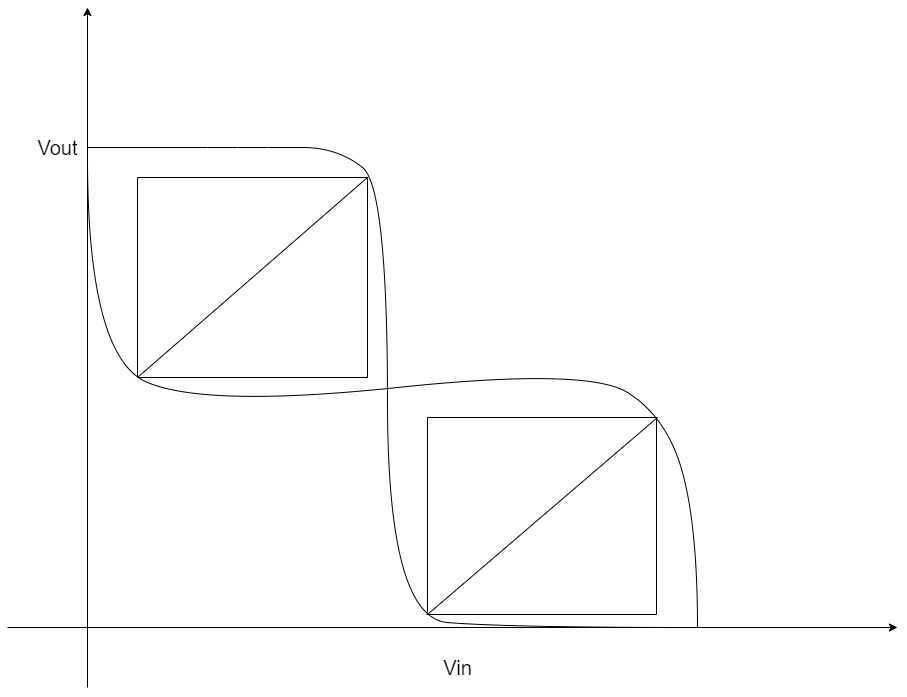
This is Images/SNM.png from Khadgaray/6T_SRAM, a draw.io export, as it was before one commit. Source tidied: cells renumbered, new cells last; positions are measured from the earlier drawing's top-left corner, leaving out a move shared by most shapes.
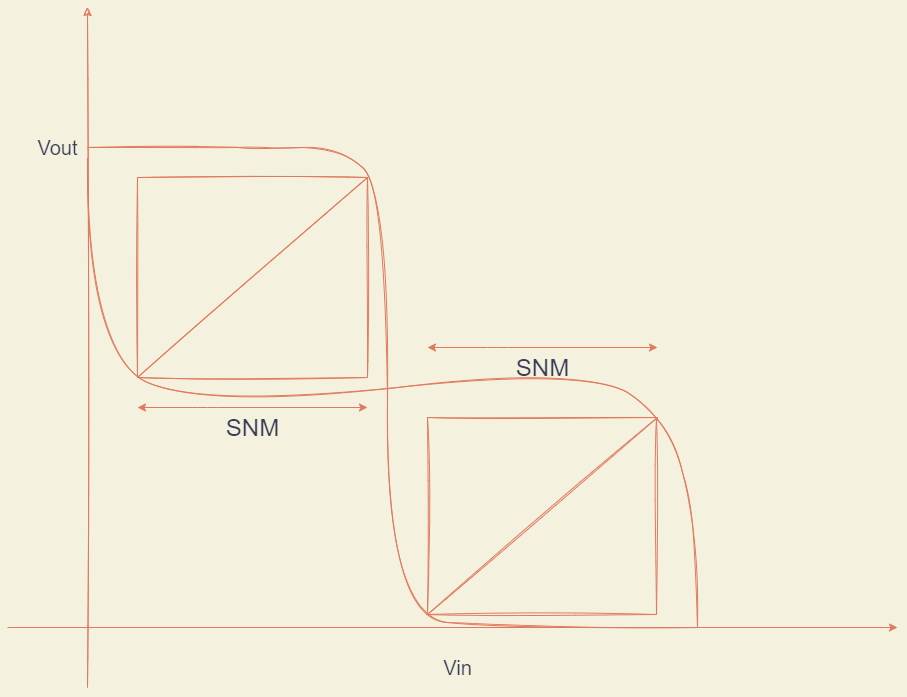
The same file after the commit.

The edit, as a diff of the source:
```diff
@@ -1,20 +1,20 @@
-<mxGraphModel>
+<mxGraphModel background="#F4F1DE">
   <root>
     <mxCell id="0" />
     <mxCell id="1" parent="0" />
-    <mxCell id="2" style="endArrow=classic;html=1;endFill=1;" parent="1" edge="1">
+    <mxCell id="2" style="endArrow=classic;html=1;endFill=1;labelBackgroundColor=#F4F1DE;strokeColor=#E07A5F;fontColor=#393C56;" parent="1" edge="1">
       <mxGeometry relative="1" as="geometry">
         <mxPoint y="620" as="sourcePoint" />
         <mxPoint x="890" y="620" as="targetPoint" />
       </mxGeometry>
     </mxCell>
-    <mxCell id="3" style="endArrow=classic;html=1;startArrow=none;startFill=0;endFill=1;" parent="1" edge="1">
+    <mxCell id="3" style="endArrow=classic;html=1;startArrow=none;startFill=0;endFill=1;sketch=1;labelBackgroundColor=#F4F1DE;strokeColor=#E07A5F;fontColor=#393C56;" parent="1" edge="1">
       <mxGeometry relative="1" as="geometry">
         <mxPoint x="80" y="680" as="sourcePoint" />
         <mxPoint x="80" as="targetPoint" />
       </mxGeometry>
     </mxCell>
-    <mxCell id="4" style="curved=1;endArrow=none;html=1;endFill=0;" parent="1" edge="1">
+    <mxCell id="4" style="curved=1;endArrow=none;html=1;endFill=0;sketch=1;labelBackgroundColor=#F4F1DE;strokeColor=#E07A5F;fontColor=#393C56;" parent="1" edge="1">
       <mxGeometry relative="1" as="geometry">
         <mxPoint x="80" y="150" as="sourcePoint" />
         <mxPoint x="690" y="620" as="targetPoint" />
@@ -27,7 +27,7 @@
         </Array>
       </mxGeometry>
     </mxCell>
-    <mxCell id="5" style="curved=1;endArrow=none;html=1;endFill=0;fontSize=7;" parent="1" edge="1">
+    <mxCell id="5" style="curved=1;endArrow=none;html=1;endFill=0;fontSize=7;sketch=1;labelBackgroundColor=#F4F1DE;strokeColor=#E07A5F;fontColor=#393C56;" parent="1" edge="1">
       <mxGeometry relative="1" as="geometry">
         <mxPoint x="80" y="140" as="sourcePoint" />
         <mxPoint x="690" y="620" as="targetPoint" />
@@ -41,71 +41,95 @@
         </Array>
       </mxGeometry>
     </mxCell>
-    <mxCell id="6" value="&lt;font style=&quot;font-size: 20px&quot;&gt;Vout&lt;/font&gt;" style="text;html=1;align=center;verticalAlign=middle;strokeColor=none;fillColor=none;fontSize=7;" parent="1" vertex="1">
+    <mxCell id="6" value="&lt;font style=&quot;font-size: 20px&quot;&gt;Vout&lt;/font&gt;" style="text;html=1;align=center;verticalAlign=middle;strokeColor=none;fillColor=none;fontSize=7;fontColor=#393C56;" parent="1" vertex="1">
       <mxGeometry x="20" y="130" width="60" height="20" as="geometry" />
     </mxCell>
-    <mxCell id="7" value="&lt;font style=&quot;font-size: 20px&quot;&gt;Vin&lt;/font&gt;" style="text;html=1;align=center;verticalAlign=middle;strokeColor=none;fillColor=none;fontSize=7;" parent="1" vertex="1">
+    <mxCell id="7" value="&lt;font style=&quot;font-size: 20px&quot;&gt;Vin&lt;/font&gt;" style="text;html=1;align=center;verticalAlign=middle;strokeColor=none;fillColor=none;fontSize=7;sketch=1;fontColor=#393C56;" parent="1" vertex="1">
       <mxGeometry x="430" y="650" width="40" height="20" as="geometry" />
     </mxCell>
-    <mxCell id="8" style="endArrow=none;html=1;fontSize=7;verticalAlign=middle;" parent="1" edge="1">
+    <mxCell id="8" style="endArrow=none;html=1;fontSize=7;verticalAlign=middle;sketch=1;labelBackgroundColor=#F4F1DE;strokeColor=#E07A5F;fontColor=#393C56;" parent="1" edge="1">
       <mxGeometry relative="1" as="geometry">
         <mxPoint x="360" y="170" as="sourcePoint" />
         <mxPoint x="130" y="170" as="targetPoint" />
       </mxGeometry>
     </mxCell>
-    <mxCell id="9" style="endArrow=none;html=1;fontSize=7;verticalAlign=middle;" parent="1" edge="1">
+    <mxCell id="9" style="endArrow=none;html=1;fontSize=7;verticalAlign=middle;sketch=1;labelBackgroundColor=#F4F1DE;strokeColor=#E07A5F;fontColor=#393C56;" parent="1" edge="1">
       <mxGeometry relative="1" as="geometry">
         <mxPoint x="130" y="170" as="sourcePoint" />
         <mxPoint x="130" y="370" as="targetPoint" />
       </mxGeometry>
     </mxCell>
-    <mxCell id="10" style="endArrow=none;html=1;fontSize=7;verticalAlign=middle;rounded=0;" parent="1" edge="1">
+    <mxCell id="10" style="endArrow=none;html=1;fontSize=7;verticalAlign=middle;rounded=0;sketch=1;labelBackgroundColor=#F4F1DE;strokeColor=#E07A5F;fontColor=#393C56;" parent="1" edge="1">
       <mxGeometry relative="1" as="geometry">
         <mxPoint x="360" y="170" as="sourcePoint" />
         <mxPoint x="360" y="370" as="targetPoint" />
       </mxGeometry>
     </mxCell>
-    <mxCell id="11" style="endArrow=none;html=1;fontSize=7;verticalAlign=middle;" parent="1" edge="1">
+    <mxCell id="11" style="endArrow=none;html=1;fontSize=7;verticalAlign=middle;sketch=1;labelBackgroundColor=#F4F1DE;strokeColor=#E07A5F;fontColor=#393C56;" parent="1" edge="1">
       <mxGeometry relative="1" as="geometry">
         <mxPoint x="130" y="370" as="sourcePoint" />
         <mxPoint x="360" y="370" as="targetPoint" />
       </mxGeometry>
     </mxCell>
-    <mxCell id="12" style="endArrow=none;html=1;fontSize=7;verticalAlign=middle;" parent="1" edge="1">
+    <mxCell id="12" style="endArrow=none;html=1;fontSize=7;verticalAlign=middle;sketch=1;labelBackgroundColor=#F4F1DE;strokeColor=#E07A5F;fontColor=#393C56;" parent="1" edge="1">
       <mxGeometry relative="1" as="geometry">
         <mxPoint x="420" y="410" as="sourcePoint" />
         <mxPoint x="650" y="410" as="targetPoint" />
       </mxGeometry>
     </mxCell>
-    <mxCell id="13" style="endArrow=none;html=1;fontSize=7;verticalAlign=middle;" parent="1" edge="1">
+    <mxCell id="13" style="endArrow=none;html=1;fontSize=7;verticalAlign=middle;sketch=1;labelBackgroundColor=#F4F1DE;strokeColor=#E07A5F;fontColor=#393C56;" parent="1" edge="1">
       <mxGeometry relative="1" as="geometry">
         <mxPoint x="420" y="410" as="sourcePoint" />
         <mxPoint x="420" y="605" as="targetPoint" />
       </mxGeometry>
     </mxCell>
-    <mxCell id="14" style="endArrow=none;html=1;fontSize=7;verticalAlign=middle;" parent="1" edge="1">
+    <mxCell id="14" style="endArrow=none;html=1;fontSize=7;verticalAlign=middle;sketch=1;labelBackgroundColor=#F4F1DE;strokeColor=#E07A5F;fontColor=#393C56;" parent="1" edge="1">
       <mxGeometry relative="1" as="geometry">
         <mxPoint x="419" y="607" as="sourcePoint" />
         <mxPoint x="649" y="607" as="targetPoint" />
       </mxGeometry>
     </mxCell>
-    <mxCell id="15" style="endArrow=none;html=1;fontSize=7;verticalAlign=middle;rounded=0;" parent="1" edge="1">
+    <mxCell id="15" style="endArrow=none;html=1;fontSize=7;verticalAlign=middle;rounded=0;sketch=1;labelBackgroundColor=#F4F1DE;strokeColor=#E07A5F;fontColor=#393C56;" parent="1" edge="1">
       <mxGeometry relative="1" as="geometry">
         <mxPoint x="649" y="410" as="sourcePoint" />
         <mxPoint x="649" y="607" as="targetPoint" />
       </mxGeometry>
     </mxCell>
-    <mxCell id="16" style="endArrow=none;html=1;fontSize=7;verticalAlign=middle;" parent="1" edge="1">
+    <mxCell id="16" style="endArrow=none;html=1;fontSize=7;verticalAlign=middle;sketch=1;labelBackgroundColor=#F4F1DE;strokeColor=#E07A5F;fontColor=#393C56;" parent="1" edge="1">
       <mxGeometry relative="1" as="geometry">
         <mxPoint x="130" y="370" as="sourcePoint" />
         <mxPoint x="360" y="170" as="targetPoint" />
       </mxGeometry>
     </mxCell>
-    <mxCell id="17" style="endArrow=none;html=1;fontSize=7;verticalAlign=middle;" parent="1" edge="1">
+    <mxCell id="17" style="endArrow=none;html=1;fontSize=7;verticalAlign=middle;sketch=1;labelBackgroundColor=#F4F1DE;strokeColor=#E07A5F;fontColor=#393C56;" parent="1" edge="1">
       <mxGeometry relative="1" as="geometry">
         <mxPoint x="420" y="607" as="sourcePoint" />
         <mxPoint x="650" y="410" as="targetPoint" />
       </mxGeometry>
     </mxCell>
+    <mxCell id="18" style="endArrow=classic;startArrow=classic;html=1;fontSize=7;verticalAlign=middle;labelBackgroundColor=#F4F1DE;strokeColor=#E07A5F;fontColor=#393C56;" parent="1" edge="1">
+      <mxGeometry relative="1" as="geometry">
+        <mxPoint x="130" y="400" as="sourcePoint" />
+        <mxPoint x="360" y="400" as="targetPoint" />
+        <Array as="points">
+          <mxPoint x="200" y="400" />
+        </Array>
+      </mxGeometry>
+    </mxCell>
+    <mxCell id="19" value="&lt;font style=&quot;font-size: 24px&quot;&gt;SNM&lt;/font&gt;" style="text;html=1;align=center;verticalAlign=middle;strokeColor=none;fillColor=none;fontSize=7;fontColor=#393C56;" parent="1" vertex="1">
+      <mxGeometry x="210" y="410" width="70" height="20" as="geometry" />
+    </mxCell>
+    <mxCell id="20" style="endArrow=classic;startArrow=classic;html=1;fontSize=7;verticalAlign=middle;labelBackgroundColor=#F4F1DE;strokeColor=#E07A5F;fontColor=#393C56;" parent="1" edge="1">
+      <mxGeometry relative="1" as="geometry">
+        <mxPoint x="420" y="340" as="sourcePoint" />
+        <mxPoint x="650" y="340" as="targetPoint" />
+        <Array as="points">
+          <mxPoint x="490" y="340" />
+        </Array>
+      </mxGeometry>
+    </mxCell>
+    <mxCell id="21" value="&lt;font style=&quot;font-size: 24px&quot;&gt;SNM&lt;/font&gt;" style="text;html=1;align=center;verticalAlign=middle;strokeColor=none;fillColor=none;fontSize=7;fontColor=#393C56;" parent="1" vertex="1">
+      <mxGeometry x="500" y="350" width="70" height="20" as="geometry" />
+    </mxCell>
   </root>
 </mxGraphModel>
```
